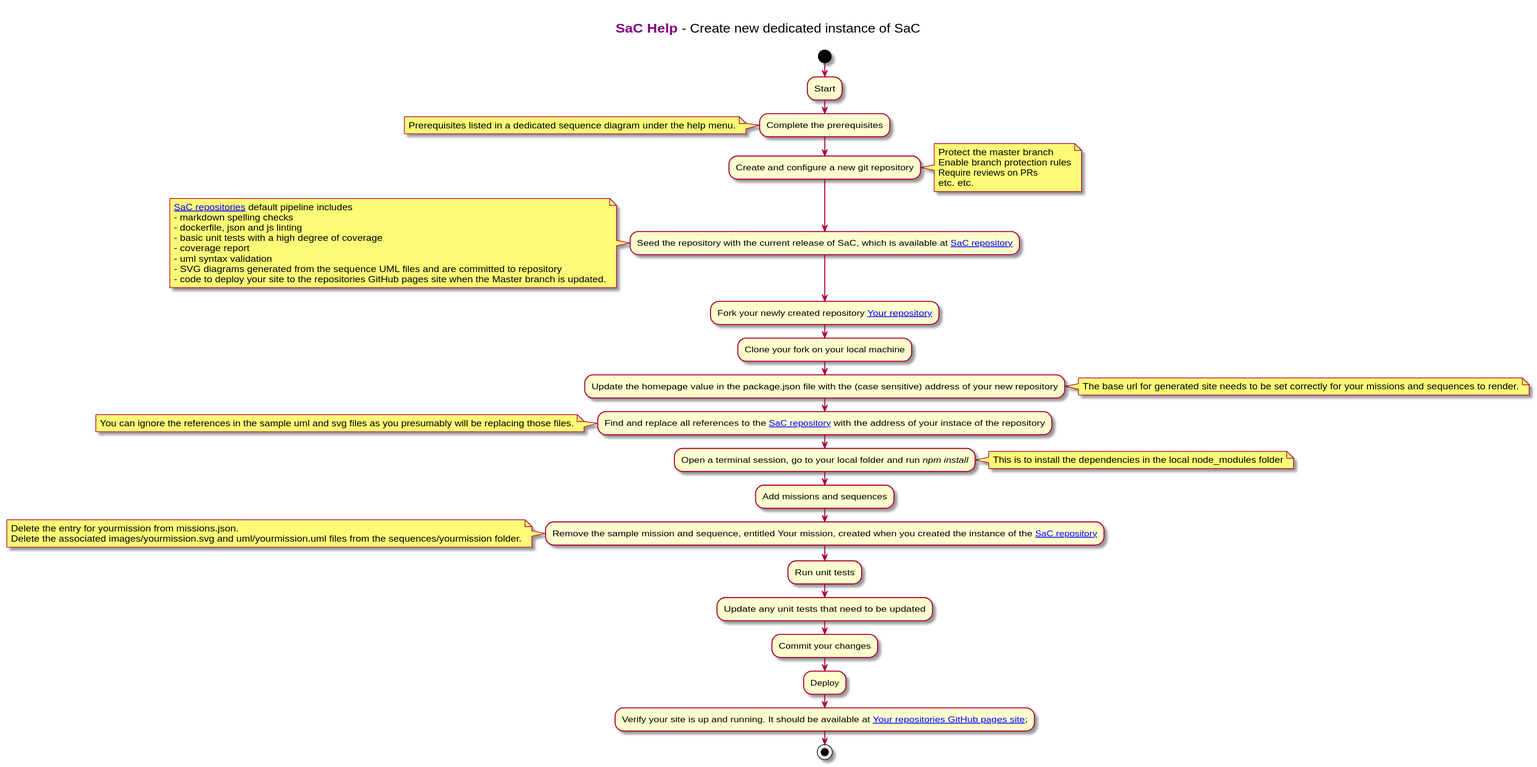
This is images/sachelp.createnewinstance.svg from dxc-technology/Sequences-as-Code, a PlantUML export, as it was before one commit.
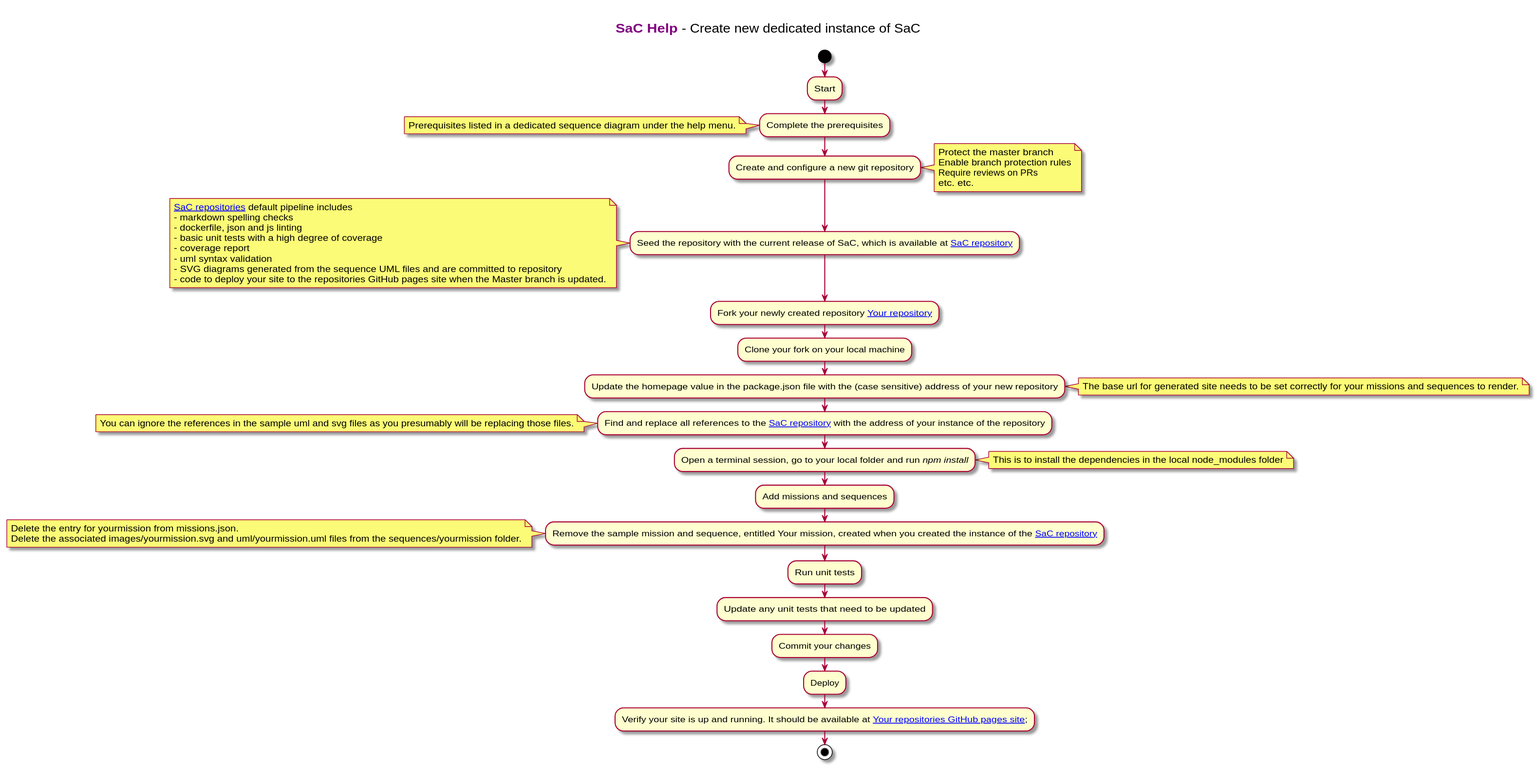
The same file after the commit.

Commit message:
Updated various sequences

Diff of the diagram source:
```diff
@@ -36,7 +36,7 @@
 note right
   The base url for generated site needs to be set correctly for your missions and sequences to render.
 end note
-:Find and replace all references to the [[https://github.com/dxc-technology/Sequences-as-Code{Right click to open in a new window or a new tab} SaC repository]] with the address of your instace of the repository;
+:Find and replace all references to the [[https://github.com/dxc-technology/Sequences-as-Code{Right click to open in a new window or a new tab} SaC repository]] with the address of your instance of the repository;
 note left
   You can ignore the references in the sample uml and svg files as you presumably will be replacing those files.
 end note
```
